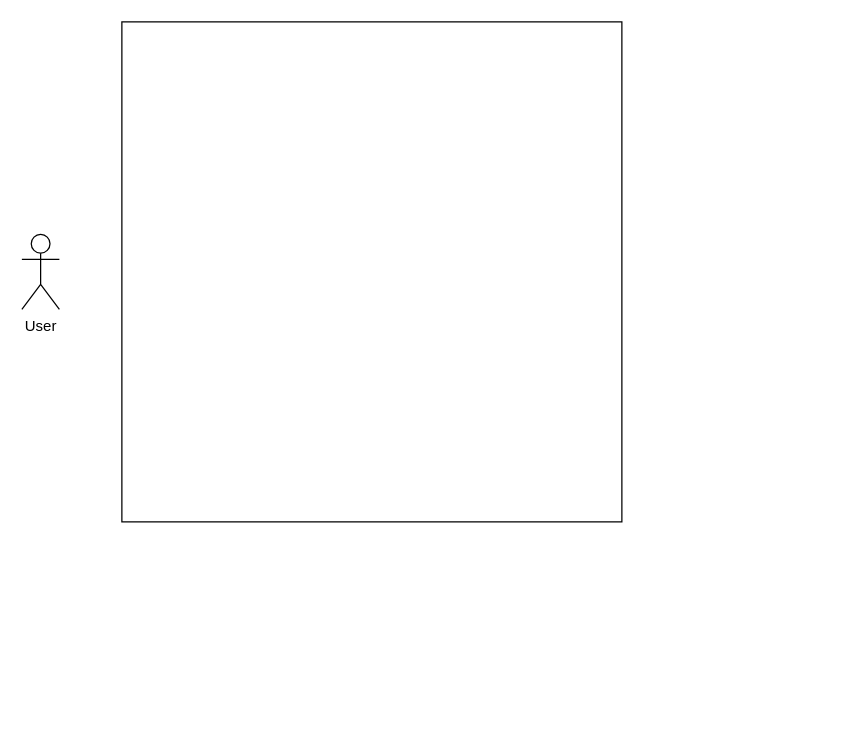
m-yoon02/Condensation keeps this draw.io diagram as Iteration_1/Backend/UseCaseDiagrams/backend_UseCaseDiagram.drawio. Above is the earlier version. Source tidied: cells renumbered, new cells numbered last; positions are measured from the earlier drawing's top-left corner, leaving out a move shared by most shapes. Both pictures are drawn from the tidied source at 125%, with x=0, y=0 at pixel (21, 21).
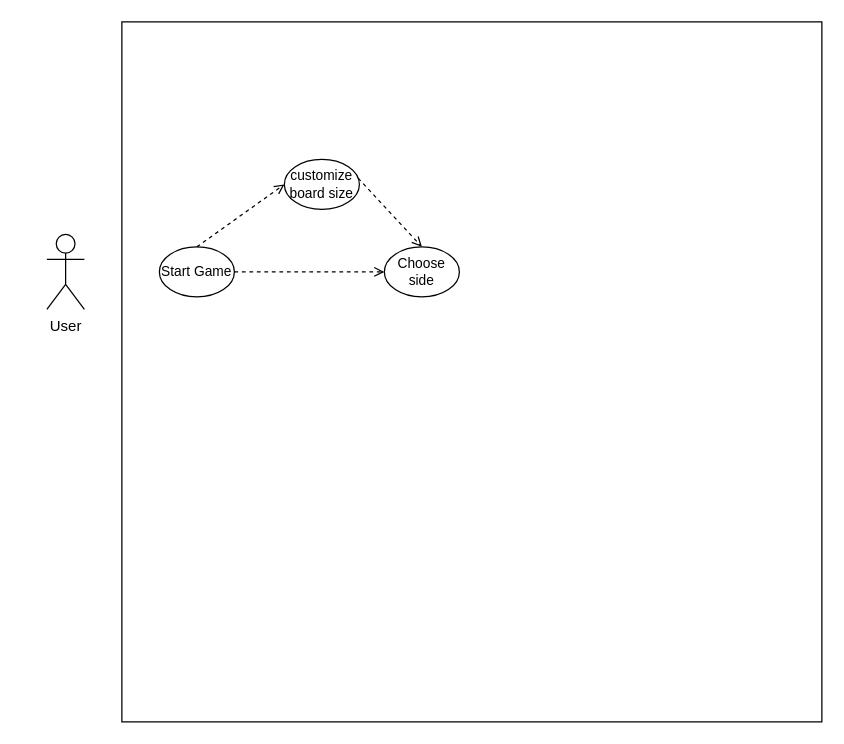
The same diagram, later.

Commit message:
Added start game, customize board size, and choose side.

Diff of the diagram source:
```diff
@@
 <mxGraphModel>
   <root>
     <mxCell id="0" />
     <mxCell id="1" parent="0" />
     <mxCell id="2" style="whiteSpace=wrap;html=1;" parent="1" vertex="1">
-      <mxGeometry x="80" width="400" height="400" as="geometry" />
+      <mxGeometry x="80" width="560" height="560" as="geometry" />
     </mxCell>
     <mxCell id="3" value="User" style="shape=umlActor;verticalLabelPosition=bottom;verticalAlign=top;html=1;" parent="1" vertex="1">
-      <mxGeometry y="170" width="30" height="60" as="geometry" />
+      <mxGeometry x="20" y="170" width="30" height="60" as="geometry" />
     </mxCell>
+    <mxCell id="4" value="Start Game" style="ellipse;whiteSpace=wrap;html=1;fontSize=11;" parent="1" vertex="1">
+      <mxGeometry x="110" y="180" width="60" height="40" as="geometry" />
+    </mxCell>
+    <mxCell id="5" value="customize board size" style="ellipse;whiteSpace=wrap;html=1;fontSize=11;" parent="1" vertex="1">
+      <mxGeometry x="210" y="110" width="60" height="40" as="geometry" />
+    </mxCell>
+    <mxCell id="6" value="Choose side" style="ellipse;whiteSpace=wrap;html=1;fontSize=11;" parent="1" vertex="1">
+      <mxGeometry x="290" y="180" width="60" height="40" as="geometry" />
+    </mxCell>
+    <mxCell id="7" style="endArrow=open;dashed=1;html=1;rounded=0;exitX=1;exitY=0.5;exitDx=0;exitDy=0;entryX=0;entryY=0.5;entryDx=0;entryDy=0;endFill=0;" parent="1" edge="1" source="4" target="6">
+      <mxGeometry relative="1" as="geometry" />
+    </mxCell>
+    <mxCell id="8" style="endArrow=open;dashed=1;html=1;rounded=0;exitX=0.5;exitY=0;exitDx=0;exitDy=0;entryX=0;entryY=0.5;entryDx=0;entryDy=0;endFill=0;" parent="1" edge="1" source="4" target="5">
+      <mxGeometry relative="1" as="geometry" />
+    </mxCell>
+    <mxCell id="9" style="endArrow=open;dashed=1;html=1;rounded=0;exitX=0.983;exitY=0.375;exitDx=0;exitDy=0;entryX=0.5;entryY=0;entryDx=0;entryDy=0;endFill=0;exitPerimeter=0;" parent="1" edge="1" source="5" target="6">
+      <mxGeometry relative="1" as="geometry" />
+    </mxCell>
   </root>
 </mxGraphModel>
```
